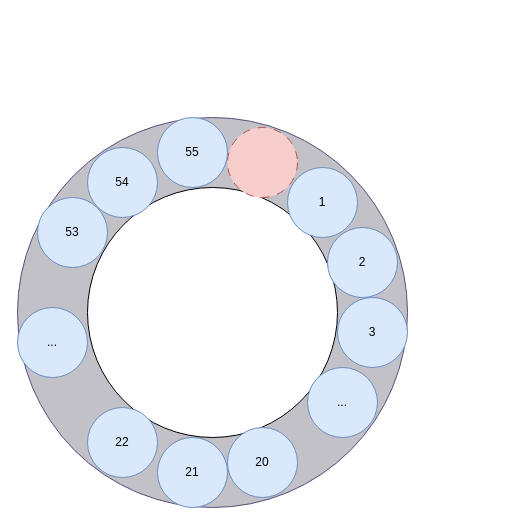
Above: page "第 2 页" (2 of 2) of mybatis.drawio in nayouzhenai/java_web (draw.io), before the change. Source tidied: cells renumbered, new cells numbered last; positions are measured from the earlier drawing's top-left corner, leaving out a move shared by most shapes. Both pictures are drawn from the tidied source at 100%, with x=0, y=0 at pixel (17, 117).
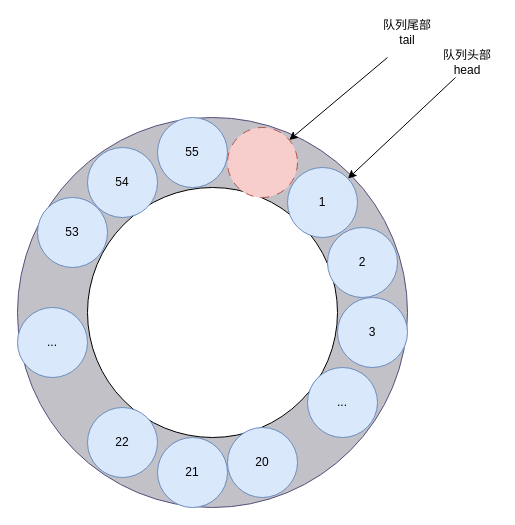
After the change.

Unchanged cells that the change refers to:
```xml
<mxCell id="4" style="ellipse;whiteSpace=wrap;html=1;fillColor=#f8cecc;strokeColor=#b85450;dashed=1;dashPattern=8 8;" parent="1" vertex="1">
  <mxGeometry x="210" y="10" width="70" height="70" as="geometry" />
</mxCell>
<mxCell id="5" value="1" style="ellipse;whiteSpace=wrap;html=1;fillColor=#dae8fc;strokeColor=#6c8ebf;" parent="1" vertex="1">
  <mxGeometry x="270" y="50" width="70" height="70" as="geometry" />
</mxCell>
```

What changed in the source:
```diff
@@
+    <mxCell id="16" style="endArrow=classic;html=1;rounded=0;fontFamily=Helvetica;fontSize=12;fontColor=default;" parent="1" edge="1" target="4">
+      <mxGeometry relative="1" as="geometry">
+        <mxPoint x="370" y="-60" as="sourcePoint" />
+      </mxGeometry>
+    </mxCell>
+    <mxCell id="17" style="endArrow=classic;html=1;rounded=0;fontFamily=Helvetica;fontSize=12;fontColor=default;" parent="1" edge="1" target="5">
+      <mxGeometry relative="1" as="geometry">
+        <mxPoint x="438" y="-40" as="sourcePoint" />
+      </mxGeometry>
+    </mxCell>
+    <mxCell id="18" value="队列尾部tail" style="text;html=1;align=center;verticalAlign=middle;whiteSpace=wrap;rounded=0;fontFamily=Helvetica;fontSize=12;fontColor=default;" parent="1" vertex="1">
+      <mxGeometry x="360" y="-100" width="60" height="30" as="geometry" />
+    </mxCell>
+    <mxCell id="19" value="队列头部 head" style="text;html=1;align=center;verticalAlign=middle;whiteSpace=wrap;rounded=0;fontFamily=Helvetica;fontSize=12;fontColor=default;" parent="1" vertex="1">
+      <mxGeometry x="420" y="-70" width="60" height="30" as="geometry" />
+    </mxCell>
```
